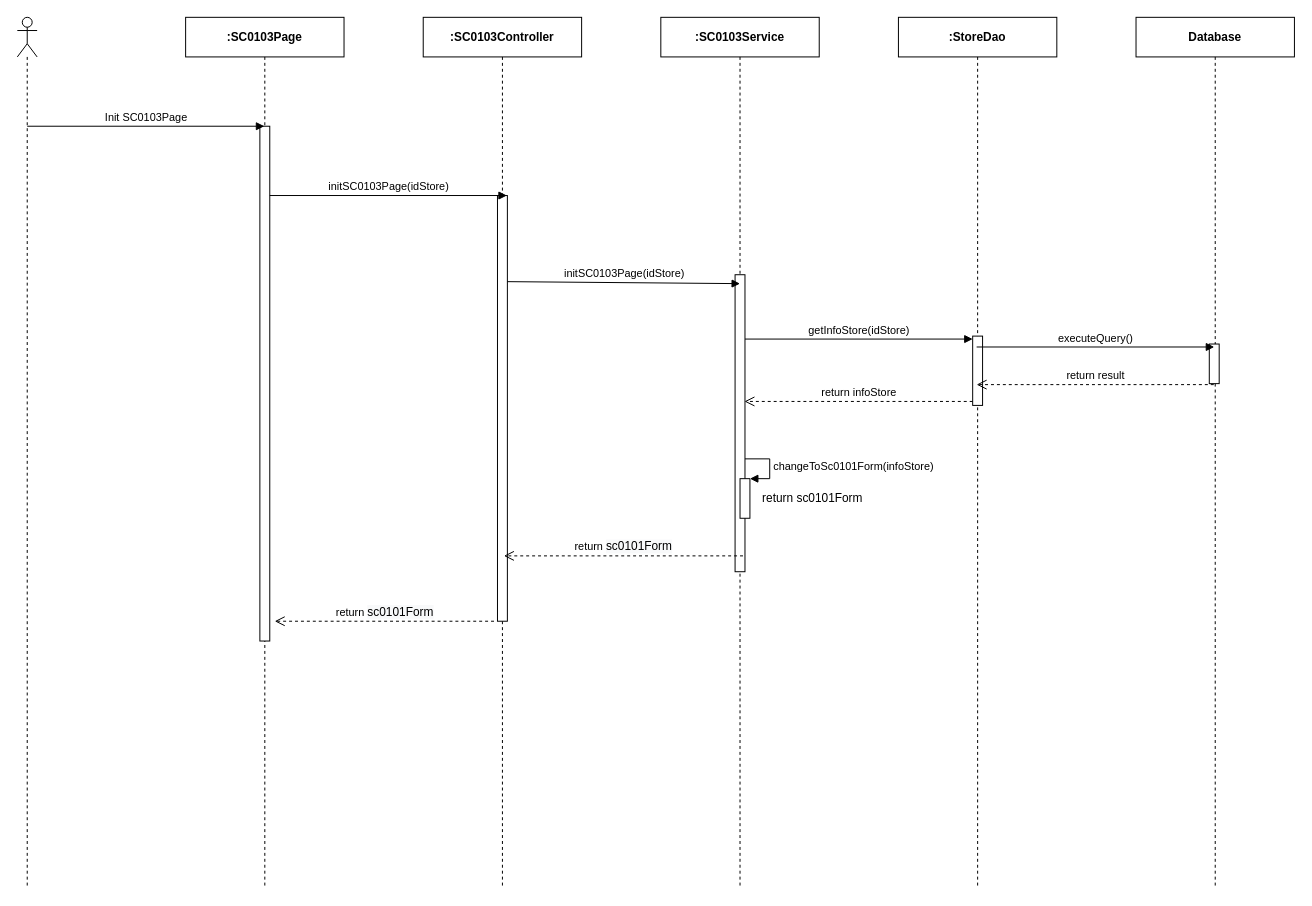
luannmdev/CapstoneDocument keeps this draw.io diagram as page "Ev01" (1 of 3) of 2. Approved/SEQ Diagram/sc01/SC0103_EditStore.drawio. Above is the earlier version. Source tidied: cells renumbered, new cells numbered last; positions are measured from the earlier drawing's top-left corner, leaving out a move shared by most shapes. Both pictures are drawn from the tidied source at 99%, with x=0, y=0 at pixel (17, 17).
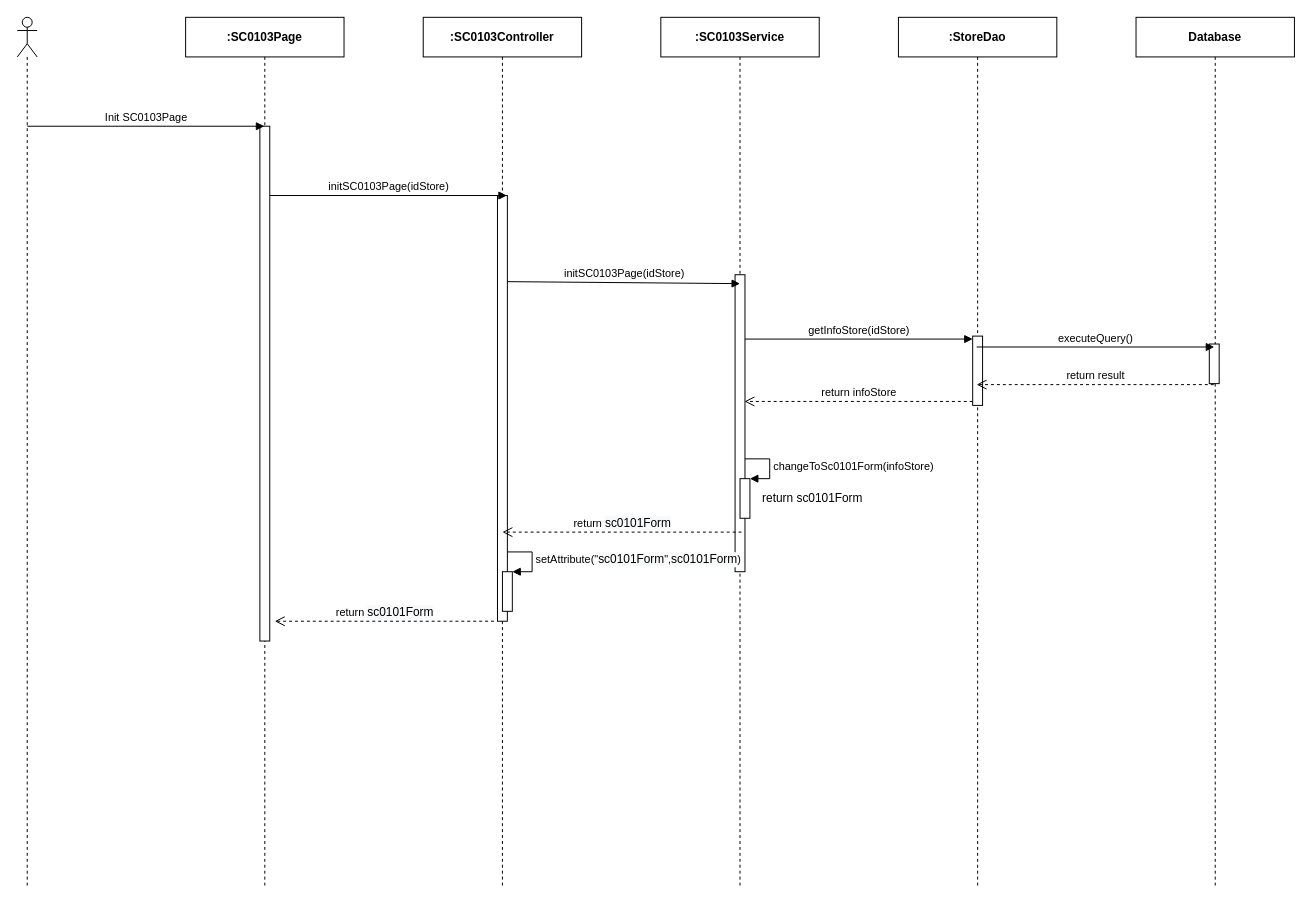
The same page after the edit.

Commit message (it also covers changes not shown here):
TruongTN add setAttribute for form

Diff of the diagram source:
```diff
@@
     <mxCell id="16" value="return&amp;nbsp;&lt;span style=&quot;font-size: 12px ; background-color: rgb(248 , 249 , 250)&quot;&gt;sc0101Form&lt;/span&gt;" style="html=1;verticalAlign=bottom;endArrow=open;dashed=1;endSize=8;" parent="1" edge="1">
       <mxGeometry relative="1" as="geometry">
-        <mxPoint x="733" y="544" as="sourcePoint" />
-        <mxPoint x="491.5" y="544" as="targetPoint" />
+        <mxPoint x="731.5" y="520" as="sourcePoint" />
+        <mxPoint x="490" y="520" as="targetPoint" />
       </mxGeometry>
     </mxCell>
@@
+    <mxCell id="25" style="html=1;points=[];perimeter=orthogonalPerimeter;" parent="1" vertex="1">
+      <mxGeometry x="490" y="560" width="10" height="40" as="geometry" />
+    </mxCell>
+    <mxCell id="26" value="setAttribute(&quot;&lt;span style=&quot;font-size: 12px ; text-align: center ; background-color: rgb(248 , 249 , 250)&quot;&gt;sc0101Form&lt;/span&gt;&quot;,&lt;span style=&quot;font-size: 12px ; text-align: center ; background-color: rgb(248 , 249 , 250)&quot;&gt;sc0101Form&lt;/span&gt;)" style="edgeStyle=orthogonalEdgeStyle;html=1;align=left;spacingLeft=2;endArrow=block;rounded=0;entryX=1;entryY=0;" parent="1" edge="1" target="25">
+      <mxGeometry relative="1" as="geometry">
+        <mxPoint x="495" y="540" as="sourcePoint" />
+        <Array as="points">
+          <mxPoint x="520" y="540" />
+        </Array>
+      </mxGeometry>
+    </mxCell>
```
